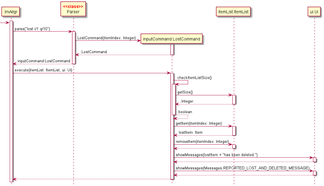
Earlier version of the PlantUML export docs/img/LostCommandSequenceDiagram.png (nus-cs2113-AY2122S2/tp).
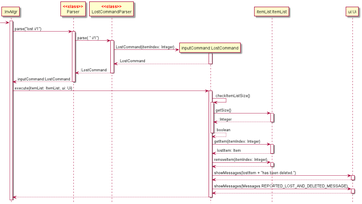
The same diagram one commit later.

Commit message:
Updates DG with new sequence diagrams and description for LostCommand and ReturnCommand and HelpCommand

Change to the diagram source:
```diff
@@ -8,21 +8,25 @@
 
 Participant ":InvMgr" as invmgr
 Participant "Parser" as parser <<class>>
+Participant "LostCommandParser" as LostCommandParser <<class>>
 Participant "inputCommand:LostCommand" as cmd
+
 Participant "itemList:ItemList" as list
 Participant "ui:Ui" as ui
 
 activate invmgr
 
 -> invmgr
-invmgr -> parser:parse("lost i/1 q/10")
+invmgr -> parser:parse("lost i/1")
 activate parser
 
+parser -> LostCommandParser: parse( " i/1")
+activate LostCommandParser
 create cmd
-parser -> cmd:LostCommand(itemIndex: Integer)
+LostCommandParser -> cmd:LostCommand(itemIndex: Integer)
 activate cmd
 return :LostCommand
-
+return :LostCommand
 return inputCommand:LostCommand
 
 invmgr -> cmd:execute(itemList: ItemList, ui: Ui)
```
